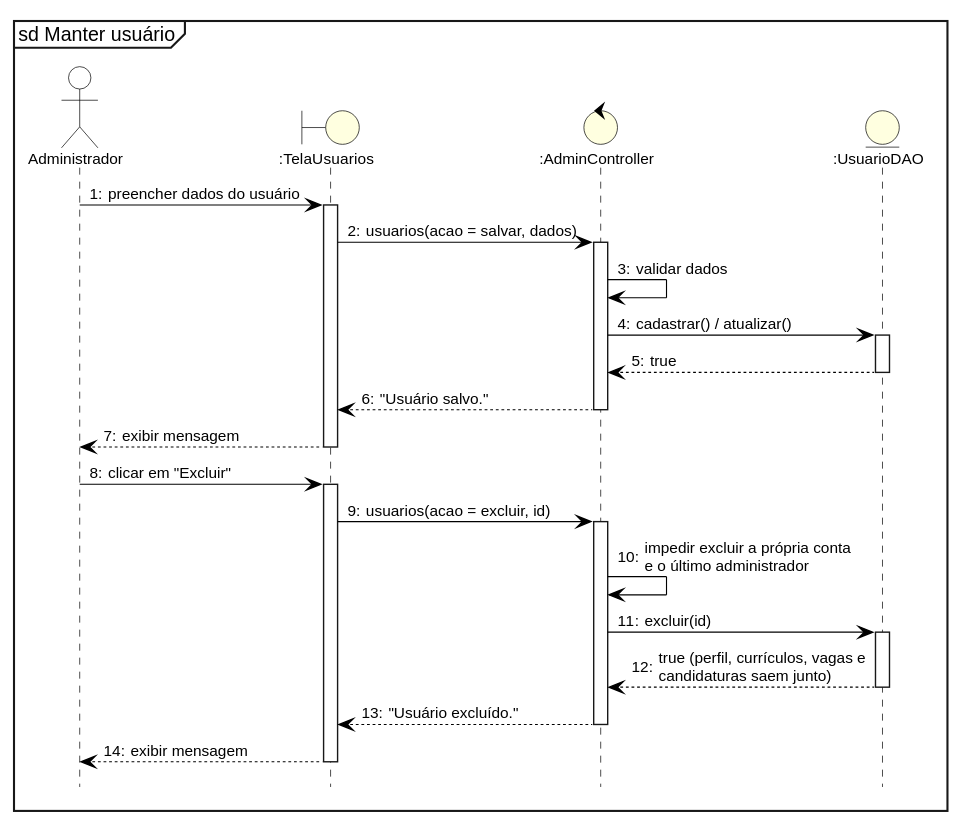
Before: docs/tcc/diagramas/seq12_manter_usuario.svg, a diagram exported from PlantUML (leonardoabreu2026/tcc-final). Its source is kept beside it as docs/tcc/diagramas/seq12_manter_usuario.puml.
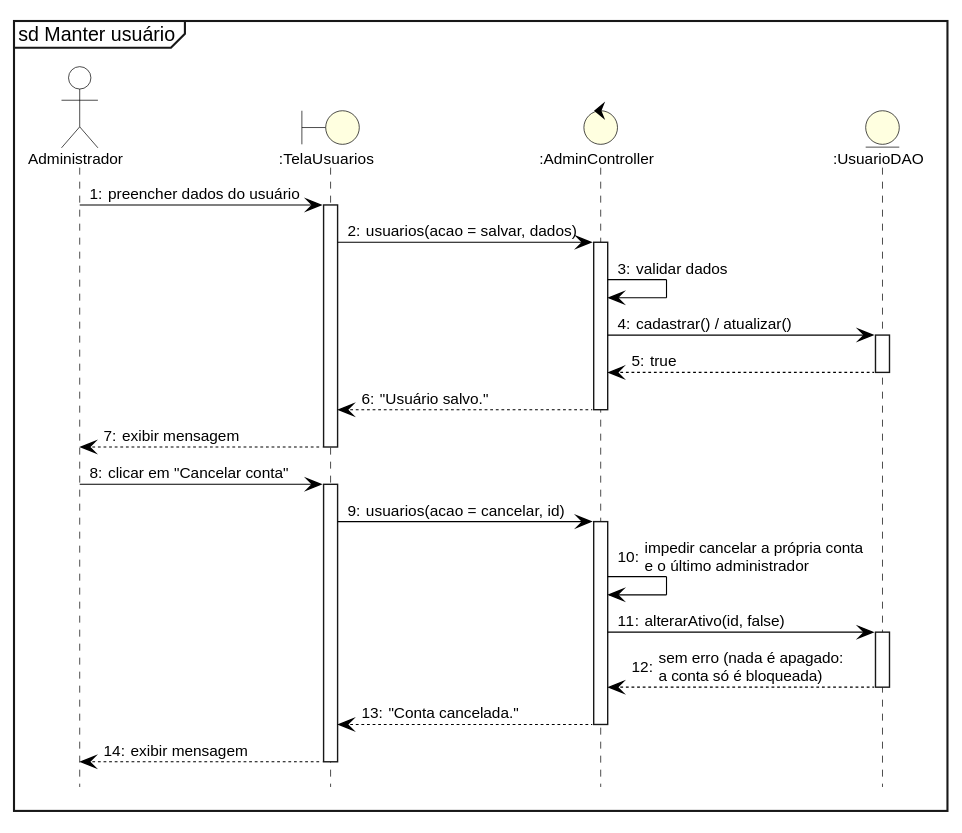
The same diagram one commit later.

Diff of the diagram source:
```diff
@@ -15,11 +15,11 @@
 D --> C -- : true
 C --> T -- : "Usuário salvo."
 T --> A -- : exibir mensagem
-A -> T ++ : clicar em "Excluir"
-T -> C ++ : usuarios(acao = excluir, id)
-C -> C : impedir excluir a própria conta\ne o último administrador
-C -> D ++ : excluir(id)
-D --> C -- : true (perfil, currículos, vagas e\ncandidaturas saem junto)
-C --> T -- : "Usuário excluído."
+A -> T ++ : clicar em "Cancelar conta"
+T -> C ++ : usuarios(acao = cancelar, id)
+C -> C : impedir cancelar a própria conta\ne o último administrador
+C -> D ++ : alterarAtivo(id, false)
+D --> C -- : sem erro (nada é apagado:\na conta só é bloqueada)
+C --> T -- : "Conta cancelada."
 T --> A -- : exibir mensagem
 @enduml
```
